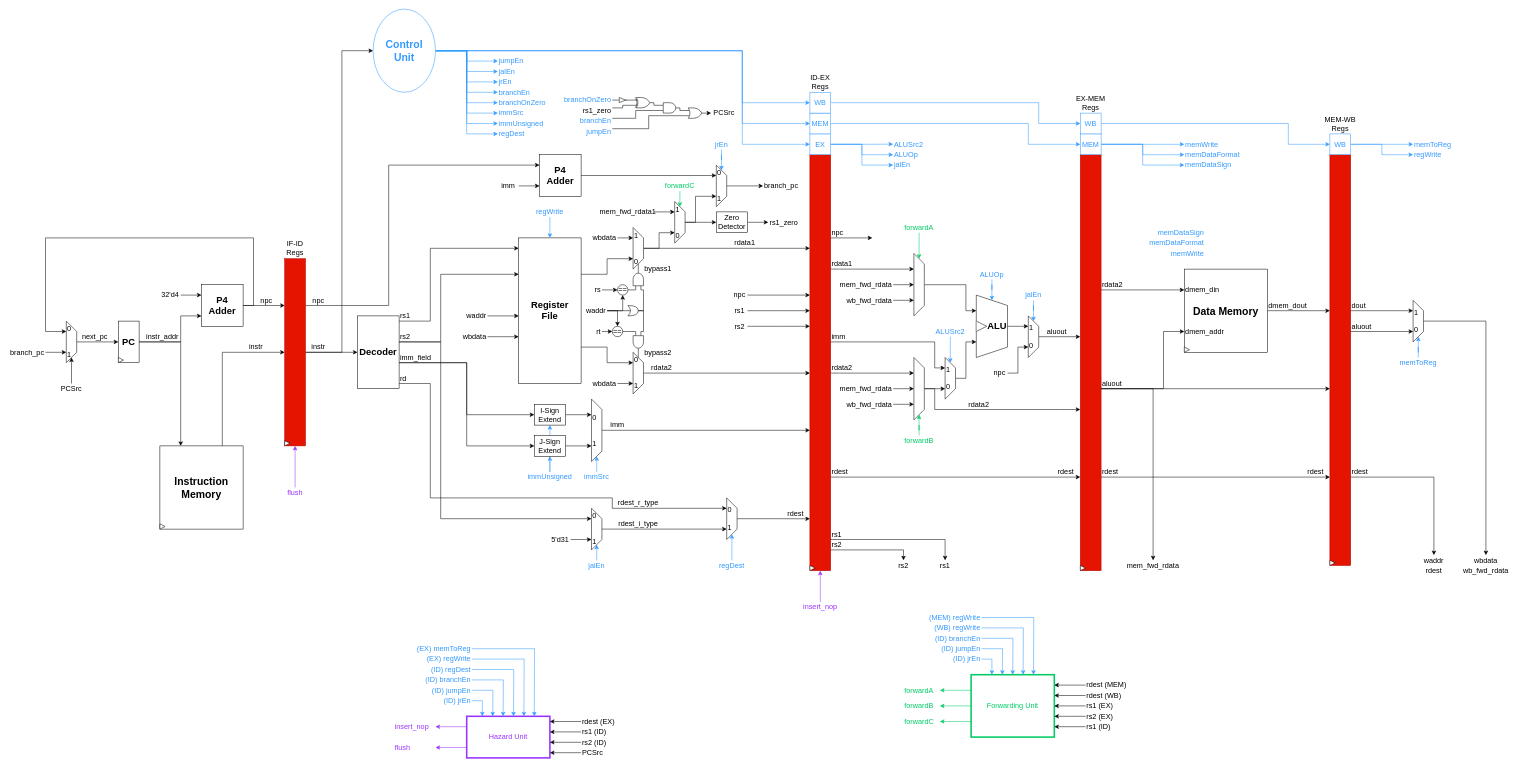
This is docs/dlx_architecture.drawio from lorenzobadas/DLX, a draw.io file, before an edit. Source tidied: cells renumbered, new cells numbered last; positions are measured from the earlier drawing's top-left corner, leaving out a move shared by most shapes. Both pictures are drawn from the tidied source at 52%, with x=0, y=0 at pixel (9, 9).
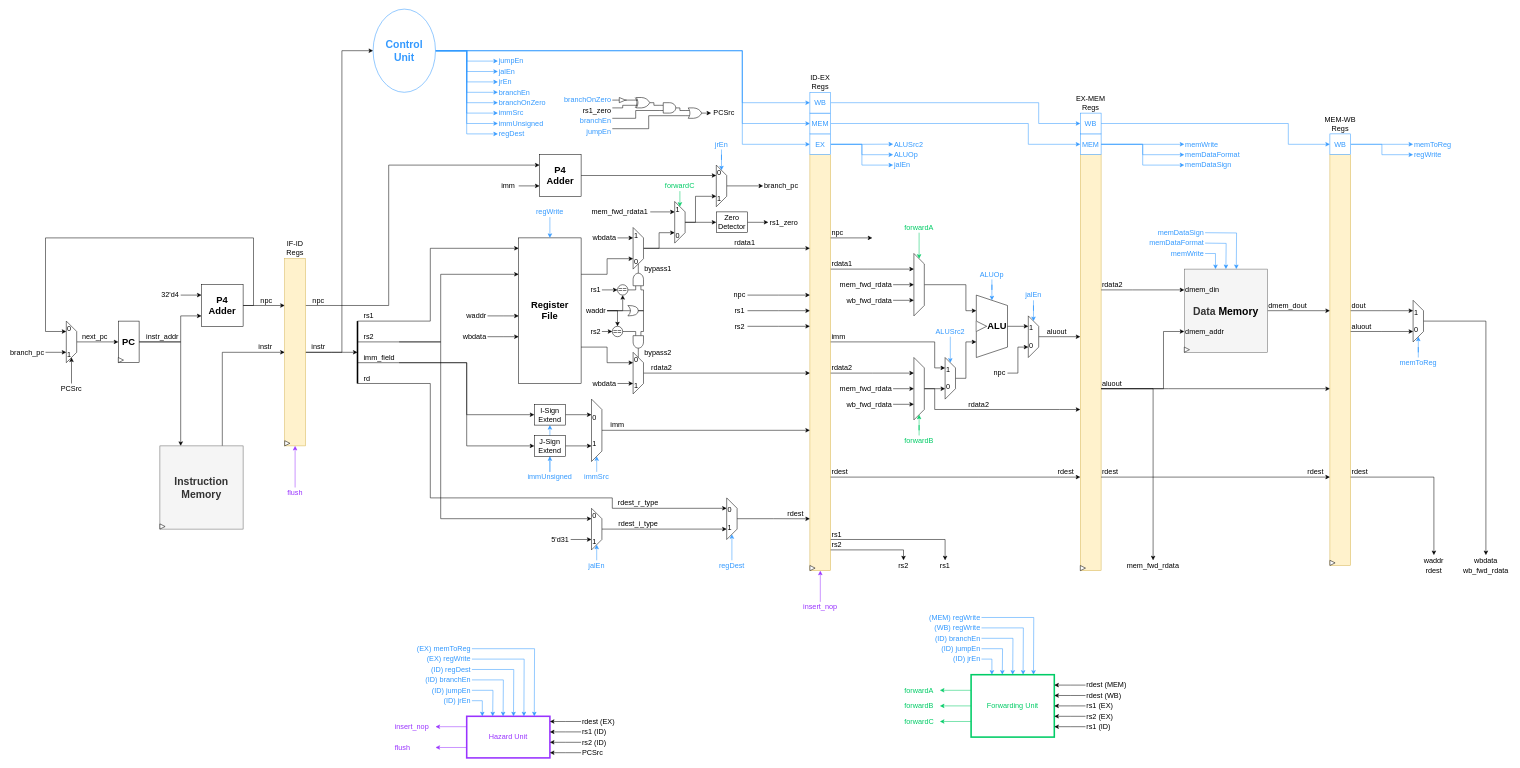
The same page after the edit.

Unchanged cells that the change refers to:
```xml
<mxCell id="68" value="J-Sign&lt;div&gt;Extend&lt;/div&gt;" style="rounded=0;whiteSpace=wrap;html=1;fontSize=14;" parent="1" vertex="1">
  <mxGeometry x="1010" y="820" width="60" height="40" as="geometry" />
</mxCell>
<mxCell id="84" value="0&lt;div&gt;&lt;br&gt;&lt;/div&gt;&lt;div&gt;&lt;br&gt;&lt;/div&gt;&lt;div&gt;1&lt;/div&gt;" style="shape=trapezoid;perimeter=trapezoidPerimeter;whiteSpace=wrap;html=1;fixedSize=1;flipV=0;flipH=0;direction=south;align=left;fontSize=14;" parent="1" vertex="1">
  <mxGeometry x="1120" y="960" width="20" height="80" as="geometry" />
</mxCell>
<mxCell id="344" value="0&lt;div&gt;&lt;br&gt;&lt;/div&gt;&lt;div&gt;1&lt;/div&gt;" style="shape=trapezoid;perimeter=trapezoidPerimeter;whiteSpace=wrap;html=1;fixedSize=1;flipV=0;flipH=0;direction=south;align=left;fontSize=14;" parent="1" vertex="1">
  <mxGeometry x="1380" y="940" width="20" height="80" as="geometry" />
</mxCell>
```

The edit, as a diff of the source:
```diff
@@
-    <mxCell id="8" value="&lt;font style=&quot;font-size: 20px;&quot;&gt;&lt;b&gt;Instruction&lt;/b&gt;&lt;/font&gt;&lt;div&gt;&lt;font style=&quot;font-size: 20px;&quot;&gt;&lt;b&gt;Memory&lt;/b&gt;&lt;/font&gt;&lt;/div&gt;" style="rounded=0;whiteSpace=wrap;html=1;fontSize=14;" parent="1" vertex="1">
+    <mxCell id="8" value="&lt;font style=&quot;font-size: 20px;&quot;&gt;&lt;b&gt;Instruction&lt;/b&gt;&lt;/font&gt;&lt;div&gt;&lt;font style=&quot;font-size: 20px;&quot;&gt;&lt;b&gt;Memory&lt;/b&gt;&lt;/font&gt;&lt;/div&gt;" style="rounded=0;whiteSpace=wrap;html=1;fontSize=14;fillColor=#f5f5f5;fontColor=#333333;strokeColor=#666666;" parent="1" vertex="1">
       <mxGeometry x="290" y="840" width="160" height="160" as="geometry" />
     </mxCell>
@@
-    <mxCell id="12" style="edgeStyle=orthogonalEdgeStyle;rounded=0;jettySize=auto;html=1;exitX=1;exitY=0.5;exitDx=0;exitDy=0;entryX=0;entryY=0.5;entryDx=0;entryDy=0;fontSize=14;" parent="1" edge="1" source="14" target="56">
-      <mxGeometry relative="1" as="geometry" />
+    <mxCell id="12" style="edgeStyle=orthogonalEdgeStyle;rounded=0;jettySize=auto;html=1;exitX=1;exitY=0.5;exitDx=0;exitDy=0;entryX=0;entryY=0.5;entryDx=0;entryDy=0;fontSize=14;" parent="1" edge="1" source="14">
+      <mxGeometry relative="1" as="geometry">
+        <mxPoint x="670" y="660" as="targetPoint" />
+      </mxGeometry>
     </mxCell>
@@
-    <mxCell id="14" style="rounded=0;whiteSpace=wrap;html=1;fontSize=14;fillColor=#e51400;fontColor=#ffffff;strokeColor=#B20000;" parent="1" vertex="1">
+    <mxCell id="14" style="rounded=0;whiteSpace=wrap;html=1;fontSize=14;fillColor=#fff2cc;strokeColor=#d6b656;" parent="1" vertex="1">
       <mxGeometry x="530" y="480" width="40" height="360" as="geometry" />
     </mxCell>
@@
-    <mxCell id="17" style="rounded=0;whiteSpace=wrap;html=1;fontSize=14;fillColor=#e51400;fontColor=#ffffff;strokeColor=#B20000;" parent="1" vertex="1">
+    <mxCell id="17" style="rounded=0;whiteSpace=wrap;html=1;fontSize=14;fillColor=#fff2cc;strokeColor=#d6b656;" parent="1" vertex="1">
       <mxGeometry x="1540" y="280" width="40" height="800" as="geometry" />
     </mxCell>
@@
-    <mxCell id="20" style="rounded=0;whiteSpace=wrap;html=1;fontSize=14;fillColor=#e51400;fontColor=#ffffff;strokeColor=#B20000;" parent="1" vertex="1">
+    <mxCell id="20" style="rounded=0;whiteSpace=wrap;html=1;fontSize=14;fillColor=#fff2cc;strokeColor=#d6b656;" parent="1" vertex="1">
       <mxGeometry x="2060" y="280" width="40" height="800" as="geometry" />
     </mxCell>
@@
-    <mxCell id="23" style="rounded=0;whiteSpace=wrap;html=1;fontSize=14;fillColor=#e51400;fontColor=#ffffff;strokeColor=#B20000;" parent="1" vertex="1">
+    <mxCell id="23" style="rounded=0;whiteSpace=wrap;html=1;fontSize=14;fillColor=#fff2cc;strokeColor=#d6b656;" parent="1" vertex="1">
       <mxGeometry x="2540" y="280" width="40" height="790" as="geometry" />
     </mxCell>
@@
     <mxCell id="33" value="instr" style="text;html=1;align=center;verticalAlign=middle;whiteSpace=wrap;rounded=0;fontSize=14;" parent="1" vertex="1">
-      <mxGeometry x="440" y="640" width="70" height="20" as="geometry" />
+      <mxGeometry x="458" y="640" width="70" height="20" as="geometry" />
     </mxCell>
@@
-    <mxCell id="56" value="&lt;font style=&quot;font-size: 18px;&quot;&gt;&lt;b&gt;Decoder&lt;/b&gt;&lt;/font&gt;" style="rounded=0;whiteSpace=wrap;html=1;fontSize=14;" parent="1" vertex="1">
-      <mxGeometry x="670" y="590" width="80" height="140" as="geometry" />
-    </mxCell>
     <mxCell id="57" style="endArrow=classic;html=1;rounded=0;edgeStyle=orthogonalEdgeStyle;fontSize=14;" parent="1" edge="1">
       <mxGeometry relative="1" as="geometry">
-        <mxPoint x="750" y="600" as="sourcePoint" />
+        <mxPoint x="670" y="600" as="sourcePoint" />
         <mxPoint x="980" y="460" as="targetPoint" />
         <Array as="points">
           <mxPoint x="810" y="600" />
           <mxPoint x="810" y="460" />
         </Array>
       </mxGeometry>
     </mxCell>
     <mxCell id="58" value="rs1" style="text;html=1;align=left;verticalAlign=middle;whiteSpace=wrap;rounded=0;fontSize=14;" parent="1" vertex="1">
-      <mxGeometry x="750" y="580" width="60" height="20" as="geometry" />
+      <mxGeometry x="680" y="580" width="60" height="20" as="geometry" />
     </mxCell>
@@
     <mxCell id="60" value="rs2" style="text;html=1;align=left;verticalAlign=middle;whiteSpace=wrap;rounded=0;fontSize=14;" parent="1" vertex="1">
-      <mxGeometry x="750" y="620" width="60" height="20" as="geometry" />
+      <mxGeometry x="680" y="620" width="60" height="20" as="geometry" />
     </mxCell>
     <mxCell id="61" style="endArrow=classic;html=1;rounded=0;entryX=0.25;entryY=1;entryDx=0;entryDy=0;edgeStyle=orthogonalEdgeStyle;fontSize=14;" parent="1" edge="1" target="84">
       <mxGeometry relative="1" as="geometry">
-        <mxPoint x="750" y="640" as="sourcePoint" />
+        <mxPoint x="670" y="640" as="sourcePoint" />
         <Array as="points">
           <mxPoint x="830" y="640" />
           <mxPoint x="830" y="980" />
         </Array>
       </mxGeometry>
     </mxCell>
     <mxCell id="62" value="rd" style="text;html=1;align=left;verticalAlign=middle;whiteSpace=wrap;rounded=0;fontSize=14;" parent="1" vertex="1">
-      <mxGeometry x="750" y="700" width="60" height="20" as="geometry" />
+      <mxGeometry x="680" y="700" width="60" height="20" as="geometry" />
     </mxCell>
@@
     <mxCell id="64" value="imm_field" style="text;html=1;align=left;verticalAlign=middle;whiteSpace=wrap;rounded=0;fontSize=14;" parent="1" vertex="1">
-      <mxGeometry x="750" y="660" width="80" height="20" as="geometry" />
+      <mxGeometry x="680" y="660" width="80" height="20" as="geometry" />
     </mxCell>
@@
     <mxCell id="69" style="endArrow=classic;html=1;rounded=0;entryX=0;entryY=0.5;entryDx=0;entryDy=0;edgeStyle=orthogonalEdgeStyle;fontSize=14;" parent="1" edge="1" target="68">
       <mxGeometry relative="1" as="geometry">
-        <mxPoint x="750" y="680" as="sourcePoint" />
+        <mxPoint x="670" y="680" as="sourcePoint" />
         <Array as="points">
           <mxPoint x="880" y="680" />
           <mxPoint x="880" y="840" />
         </Array>
       </mxGeometry>
     </mxCell>
@@
     <mxCell id="82" style="endArrow=classic;html=1;rounded=0;edgeStyle=orthogonalEdgeStyle;fontSize=14;entryX=0.25;entryY=1;entryDx=0;entryDy=0;" parent="1" edge="1" target="344">
       <mxGeometry relative="1" as="geometry">
-        <mxPoint x="750" y="720" as="sourcePoint" />
+        <mxPoint x="670" y="720" as="sourcePoint" />
         <Array as="points">
           <mxPoint x="810" y="720" />
           <mxPoint x="810" y="940" />
           <mxPoint x="1160" y="940" />
           <mxPoint x="1160" y="960" />
         </Array>
       </mxGeometry>
     </mxCell>
@@
-    <mxCell id="132" value="mem_fwd_rdata1" style="text;html=1;align=center;verticalAlign=middle;whiteSpace=wrap;rounded=0;fontSize=14;" parent="1" vertex="1">
-      <mxGeometry x="1140" y="380" width="100" height="20" as="geometry" />
+    <mxCell id="132" value="mem_fwd_rdata1&amp;nbsp;" style="text;html=1;align=center;verticalAlign=middle;whiteSpace=wrap;rounded=0;fontSize=14;" parent="1" vertex="1">
+      <mxGeometry x="1120" y="380" width="113" height="20" as="geometry" />
     </mxCell>
@@
-    <mxCell id="138" value="rs" style="text;html=1;align=right;verticalAlign=middle;whiteSpace=wrap;rounded=0;fontSize=14;" parent="1" vertex="1">
+    <mxCell id="138" value="rs1" style="text;html=1;align=right;verticalAlign=middle;whiteSpace=wrap;rounded=0;fontSize=14;" parent="1" vertex="1">
       <mxGeometry x="1100" y="530" width="40" height="20" as="geometry" />
     </mxCell>
@@
-    <mxCell id="152" value="rt" style="text;html=1;align=right;verticalAlign=middle;whiteSpace=wrap;rounded=0;fontSize=14;" parent="1" vertex="1">
+    <mxCell id="152" value="rs2" style="text;html=1;align=right;verticalAlign=middle;whiteSpace=wrap;rounded=0;fontSize=14;" parent="1" vertex="1">
       <mxGeometry x="1100" y="610" width="40" height="20" as="geometry" />
     </mxCell>
@@
-    <mxCell id="242" value="&lt;b&gt;&lt;font style=&quot;font-size: 20px;&quot;&gt;Data&amp;nbsp;&lt;span style=&quot;background-color: transparent; color: light-dark(rgb(0, 0, 0), rgb(255, 255, 255));&quot;&gt;Memory&lt;/span&gt;&lt;/font&gt;&lt;/b&gt;" style="rounded=0;whiteSpace=wrap;html=1;fontSize=14;" parent="1" vertex="1">
+    <mxCell id="242" value="&lt;b&gt;&lt;font style=&quot;font-size: 20px;&quot;&gt;Data&amp;nbsp;&lt;span style=&quot;background-color: transparent; color: light-dark(rgb(0, 0, 0), rgb(255, 255, 255));&quot;&gt;Memory&lt;/span&gt;&lt;/font&gt;&lt;/b&gt;" style="rounded=0;whiteSpace=wrap;html=1;fontSize=14;fillColor=#f5f5f5;fontColor=#333333;strokeColor=#666666;" parent="1" vertex="1">
       <mxGeometry x="2260" y="500" width="160" height="160" as="geometry" />
     </mxCell>
@@
+    <mxCell id="352" style="edgeStyle=orthogonalEdgeStyle;rounded=0;orthogonalLoop=1;jettySize=auto;html=1;exitX=1;exitY=0.5;exitDx=0;exitDy=0;strokeColor=#3399FF;fontSize=14;" parent="1" edge="1">
+      <mxGeometry relative="1" as="geometry">
+        <mxPoint x="2300" y="470" as="sourcePoint" />
+        <mxPoint x="2320" y="500" as="targetPoint" />
+      </mxGeometry>
+    </mxCell>
+    <mxCell id="353" style="edgeStyle=orthogonalEdgeStyle;rounded=0;orthogonalLoop=1;jettySize=auto;html=1;exitX=1;exitY=0.5;exitDx=0;exitDy=0;strokeColor=#3399FF;fontSize=14;" parent="1" edge="1">
+      <mxGeometry relative="1" as="geometry">
+        <mxPoint x="2300" y="450" as="sourcePoint" />
+        <mxPoint x="2340" y="500" as="targetPoint" />
+      </mxGeometry>
+    </mxCell>
+    <mxCell id="354" style="edgeStyle=orthogonalEdgeStyle;rounded=0;orthogonalLoop=1;jettySize=auto;html=1;exitX=1;exitY=0.5;exitDx=0;exitDy=0;strokeColor=#3399FF;fontSize=14;" parent="1" edge="1">
+      <mxGeometry relative="1" as="geometry">
+        <mxPoint x="2300" y="430" as="sourcePoint" />
+        <mxPoint x="2360" y="500" as="targetPoint" />
+      </mxGeometry>
+    </mxCell>
+    <mxCell id="355" style="endArrow=none;html=1;rounded=0;strokeWidth=3;" parent="1" edge="1">
+      <mxGeometry relative="1" as="geometry">
+        <mxPoint x="670" y="720" as="sourcePoint" />
+        <mxPoint x="670" y="600" as="targetPoint" />
+      </mxGeometry>
+    </mxCell>
```
